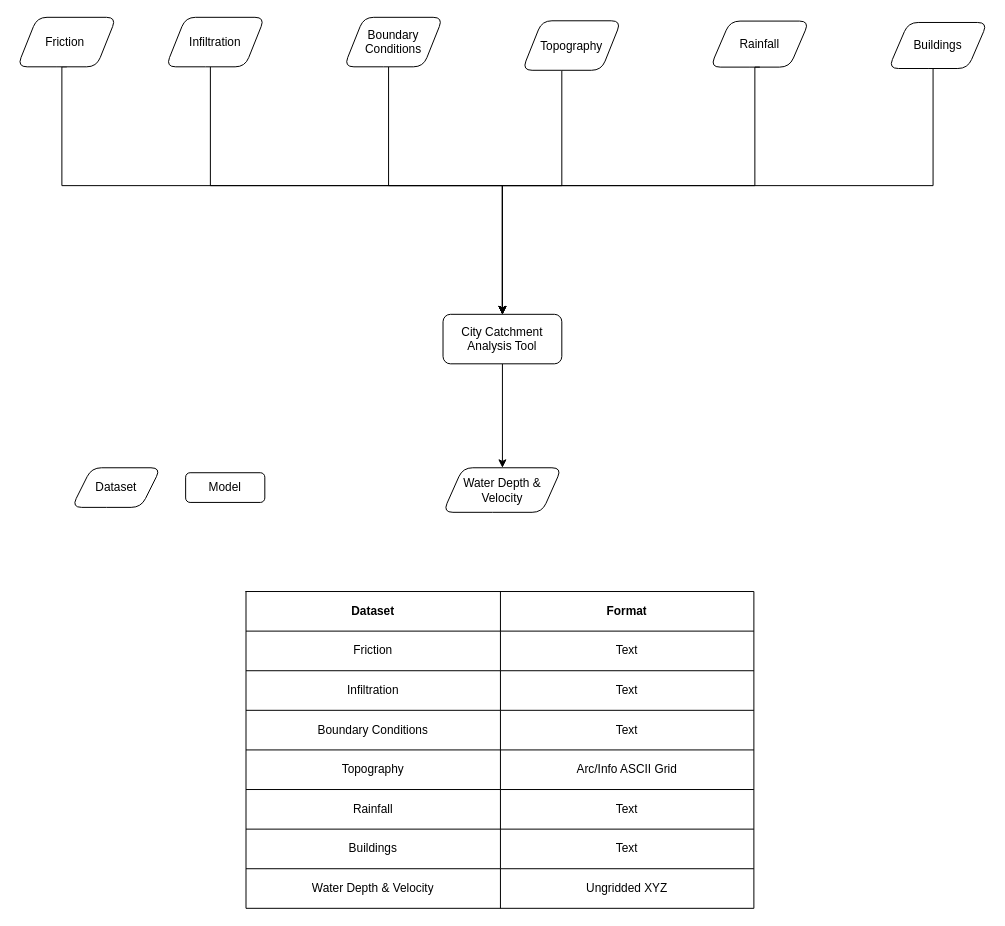
Above: citycat/openclim-citycat-workflow.drawio in OpenCLIM/workflow-diagrams (draw.io), before the change. Source tidied: cells renumbered, new cells numbered last; positions are measured from the earlier drawing's top-left corner, leaving out a move shared by most shapes. Both pictures are drawn from the tidied source at 99%, with x=0, y=0 at pixel (17, 17).
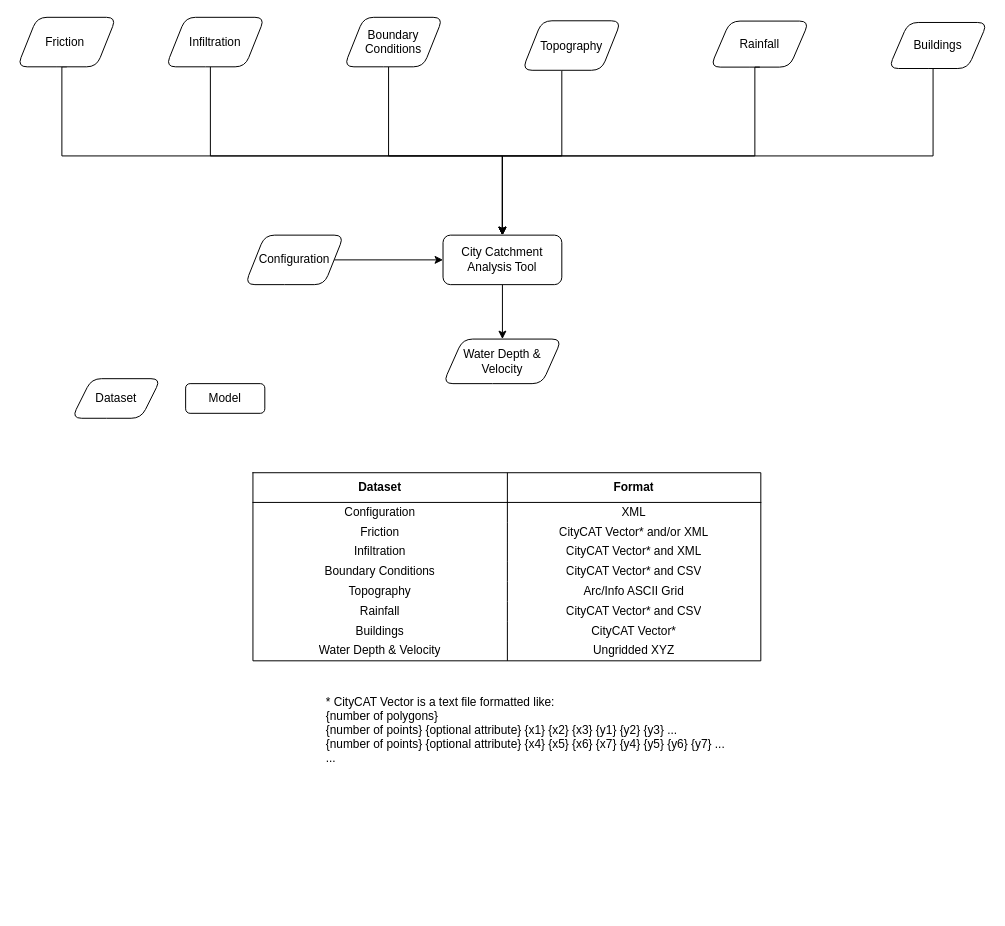
The same diagram, later.

Commit message:
added configuration and updated formats

Unchanged cells that the change refers to:
```xml
<mxCell id="5" value="Boundary Conditions" style="shape=parallelogram;perimeter=parallelogramPerimeter;whiteSpace=wrap;html=1;fixedSize=1;rounded=1;" parent="1" vertex="1">
  <mxGeometry x="330" width="100" height="50" as="geometry" />
</mxCell>
<mxCell id="6" value="Buildings" style="shape=parallelogram;perimeter=parallelogramPerimeter;whiteSpace=wrap;html=1;fixedSize=1;rounded=1;" parent="1" vertex="1">
  <mxGeometry x="880" y="5.2" width="100" height="46.5" as="geometry" />
</mxCell>
<mxCell id="8" value="Friction&amp;nbsp;" style="shape=parallelogram;perimeter=parallelogramPerimeter;whiteSpace=wrap;html=1;fixedSize=1;rounded=1;" parent="1" vertex="1">
  <mxGeometry width="100" height="50" as="geometry" />
</mxCell>
<mxCell id="11" value="Rainfall" style="shape=parallelogram;perimeter=parallelogramPerimeter;whiteSpace=wrap;html=1;fixedSize=1;rounded=1;" parent="1" vertex="1">
  <mxGeometry x="700" y="3.8" width="100" height="46.5" as="geometry" />
</mxCell>
<mxCell id="15" value="Infiltration" style="shape=parallelogram;perimeter=parallelogramPerimeter;whiteSpace=wrap;html=1;fixedSize=1;rounded=1;" parent="1" vertex="1">
  <mxGeometry x="150" width="100" height="50" as="geometry" />
</mxCell>
<mxCell id="17" value="Topography" style="shape=parallelogram;perimeter=parallelogramPerimeter;whiteSpace=wrap;html=1;fixedSize=1;rounded=1;" parent="1" vertex="1">
  <mxGeometry x="510" y="3.5" width="100" height="50" as="geometry" />
</mxCell>
```

Change to the diagram source:
```diff
@@
     <mxCell id="2" style="edgeStyle=orthogonalEdgeStyle;rounded=0;jettySize=auto;html=1;entryX=0.5;entryY=0;entryDx=0;entryDy=0;exitX=0.5;exitY=1;exitDx=0;exitDy=0;" parent="1" edge="1" source="6" target="10">
       <mxGeometry relative="1" as="geometry">
         <Array as="points">
-          <mxPoint x="925" y="170" />
-          <mxPoint x="490" y="170" />
+          <mxPoint x="925" y="52" />
+          <mxPoint x="925" y="140" />
+          <mxPoint x="490" y="140" />
         </Array>
       </mxGeometry>
     </mxCell>
     <mxCell id="3" style="edgeStyle=orthogonalEdgeStyle;rounded=0;jettySize=auto;html=1;entryX=0.5;entryY=0;entryDx=0;entryDy=0;" parent="1" edge="1" source="17" target="10">
       <mxGeometry relative="1" as="geometry">
         <Array as="points">
-          <mxPoint x="550" y="170" />
-          <mxPoint x="490" y="170" />
+          <mxPoint x="550" y="140" />
+          <mxPoint x="490" y="140" />
         </Array>
       </mxGeometry>
     </mxCell>
     <mxCell id="4" style="edgeStyle=orthogonalEdgeStyle;rounded=0;jettySize=auto;html=1;entryX=0.5;entryY=0;entryDx=0;entryDy=0;" parent="1" edge="1" source="5" target="10">
       <mxGeometry relative="1" as="geometry">
         <Array as="points">
-          <mxPoint x="375" y="170" />
-          <mxPoint x="490" y="170" />
+          <mxPoint x="375" y="140" />
+          <mxPoint x="490" y="140" />
         </Array>
       </mxGeometry>
     </mxCell>
@@
     <mxCell id="7" style="edgeStyle=orthogonalEdgeStyle;rounded=0;jettySize=auto;html=1;entryX=0.5;entryY=0;entryDx=0;entryDy=0;exitX=0.5;exitY=1;exitDx=0;exitDy=0;" parent="1" edge="1" source="8" target="10">
       <mxGeometry relative="1" as="geometry">
         <Array as="points">
-          <mxPoint x="45" y="170" />
-          <mxPoint x="490" y="170" />
+          <mxPoint x="45" y="50" />
+          <mxPoint x="45" y="140" />
+          <mxPoint x="490" y="140" />
         </Array>
       </mxGeometry>
     </mxCell>
@@
     <mxCell id="10" value="City Catchment Analysis Tool" style="rounded=1;whiteSpace=wrap;html=1;fontSize=12;glass=0;strokeWidth=1;shadow=0;" parent="1" vertex="1">
-      <mxGeometry x="430" y="300" width="120" height="50" as="geometry" />
+      <mxGeometry x="430" y="220" width="120" height="50" as="geometry" />
     </mxCell>
@@
     <mxCell id="12" value="Dataset" style="shape=parallelogram;perimeter=parallelogramPerimeter;whiteSpace=wrap;html=1;fixedSize=1;rounded=1;" parent="1" vertex="1">
-      <mxGeometry x="55" y="455" width="90" height="40" as="geometry" />
+      <mxGeometry x="55" y="365" width="90" height="40" as="geometry" />
     </mxCell>
     <mxCell id="13" value="Model" style="rounded=1;whiteSpace=wrap;html=1;fontSize=12;glass=0;strokeWidth=1;shadow=0;" parent="1" vertex="1">
-      <mxGeometry x="170" y="460" width="80" height="30" as="geometry" />
+      <mxGeometry x="170" y="370" width="80" height="30" as="geometry" />
     </mxCell>
     <mxCell id="14" style="edgeStyle=orthogonalEdgeStyle;rounded=0;jettySize=auto;html=1;entryX=0.5;entryY=0;entryDx=0;entryDy=0;" parent="1" edge="1" source="15" target="10">
       <mxGeometry relative="1" as="geometry">
         <Array as="points">
-          <mxPoint x="195" y="170" />
-          <mxPoint x="490" y="170" />
+          <mxPoint x="195" y="140" />
+          <mxPoint x="490" y="140" />
         </Array>
       </mxGeometry>
     </mxCell>
@@
     <mxCell id="16" value="Water Depth &amp;amp; Velocity" style="shape=parallelogram;perimeter=parallelogramPerimeter;whiteSpace=wrap;html=1;fixedSize=1;rounded=1;" parent="1" vertex="1">
-      <mxGeometry x="430" y="455" width="120" height="45" as="geometry" />
+      <mxGeometry x="430" y="325" width="120" height="45" as="geometry" />
     </mxCell>
@@
     <mxCell id="18" style="edgeStyle=orthogonalEdgeStyle;rounded=0;jettySize=auto;html=1;entryX=0.5;entryY=0;entryDx=0;entryDy=0;exitX=0.5;exitY=1;exitDx=0;exitDy=0;" parent="1" edge="1" source="11" target="10">
       <mxGeometry relative="1" as="geometry">
         <Array as="points">
-          <mxPoint x="745" y="170" />
-          <mxPoint x="490" y="170" />
+          <mxPoint x="745" y="50" />
+          <mxPoint x="745" y="140" />
+          <mxPoint x="490" y="140" />
         </Array>
       </mxGeometry>
     </mxCell>
+    <mxCell id="44" style="edgeStyle=orthogonalEdgeStyle;rounded=0;jettySize=auto;html=1;entryX=0;entryY=0.5;entryDx=0;entryDy=0;" parent="1" edge="1" source="45" target="10">
+      <mxGeometry relative="1" as="geometry" />
+    </mxCell>
+    <mxCell id="45" value="Configuration" style="shape=parallelogram;perimeter=parallelogramPerimeter;whiteSpace=wrap;html=1;fixedSize=1;rounded=1;" parent="1" vertex="1">
+      <mxGeometry x="230" y="220" width="100" height="50" as="geometry" />
+    </mxCell>
+    <mxCell id="46" value="* CityCAT Vector is a text file formatted like:&lt;br&gt;{number of polygons}&lt;br&gt;{number of points} {optional attribute} {x1} {x2} {x3} {y1} {y2} {y3} ...&lt;br&gt;{number of points} {optional attribute} {x4} {x5} {x6} {x7} {y4} {y5} {y6} {y7} ...&lt;br&gt;..." style="text;html=1;align=left;verticalAlign=middle;" parent="1" vertex="1">
+      <mxGeometry x="310" y="680" width="420" height="80" as="geometry" />
+    </mxCell>
-    <mxCell id="19" style="shape=table;html=1;whiteSpace=wrap;startSize=0;childLayout=tableLayout;spacingTop=0;" parent="1" vertex="1">
-      <mxGeometry x="231" y="580" width="513" height="320" as="geometry" />
+    <mxCell id="19" style="shape=table;html=1;whiteSpace=wrap;startSize=0;childLayout=tableLayout;spacingTop=0;rowLines=0;" parent="1" vertex="1">
+      <mxGeometry x="238" y="460" width="513" height="190" as="geometry" />
     </mxCell>
-    <mxCell id="20" style="shape=partialRectangle;html=1;whiteSpace=wrap;fillColor=none;top=0;left=0;bottom=0;right=0;" parent="19" vertex="1">
-      <mxGeometry width="513" height="40" as="geometry" />
+    <mxCell id="20" style="shape=partialRectangle;html=1;whiteSpace=wrap;fillColor=none;top=0;left=0;bottom=0;right=0;perimeterSpacing=2;strokeWidth=5;" parent="19" vertex="1">
+      <mxGeometry width="513" height="30" as="geometry" />
     </mxCell>
-    <mxCell id="21" value="&lt;b&gt;Dataset&lt;/b&gt;" style="shape=partialRectangle;html=1;whiteSpace=wrap;fillColor=none;top=0;left=0;bottom=0;right=0;overflow=hidden;" parent="20" vertex="1">
-      <mxGeometry width="257" height="40" as="geometry" />
+    <mxCell id="21" value="&lt;b&gt;Dataset&lt;/b&gt;" style="shape=partialRectangle;html=1;whiteSpace=wrap;fillColor=none;top=0;left=0;bottom=1;right=0;overflow=hidden;" parent="20" vertex="1">
+      <mxGeometry width="257" height="30" as="geometry" />
     </mxCell>
-    <mxCell id="22" value="&lt;b&gt;Format&lt;/b&gt;" style="shape=partialRectangle;html=1;whiteSpace=wrap;fillColor=none;top=0;left=0;bottom=0;right=0;overflow=hidden;" parent="20" vertex="1">
-      <mxGeometry x="257" width="256" height="40" as="geometry" />
+    <mxCell id="22" value="&lt;b&gt;Format&lt;/b&gt;" style="shape=partialRectangle;html=1;whiteSpace=wrap;fillColor=none;top=0;left=0;bottom=1;right=0;overflow=hidden;sketch=0;" parent="20" vertex="1">
+      <mxGeometry x="257" width="256" height="30" as="geometry" />
     </mxCell>
+    <mxCell id="47" style="shape=partialRectangle;html=1;whiteSpace=wrap;fillColor=none;top=0;left=0;bottom=0;right=0;strokeColor=none;" parent="19" vertex="1">
+      <mxGeometry y="30" width="513" height="20" as="geometry" />
+    </mxCell>
+    <mxCell id="48" value="Configuration" style="shape=partialRectangle;html=1;whiteSpace=wrap;fillColor=none;top=0;left=0;bottom=0;right=0;overflow=hidden;strokeColor=none;" parent="47" vertex="1">
+      <mxGeometry width="257" height="20" as="geometry" />
+    </mxCell>
+    <mxCell id="49" value="XML" style="shape=partialRectangle;html=1;whiteSpace=wrap;fillColor=none;top=0;left=0;bottom=0;right=0;overflow=hidden;strokeColor=none;" parent="47" vertex="1">
+      <mxGeometry x="257" width="256" height="20" as="geometry" />
+    </mxCell>
-    <mxCell id="23" style="shape=partialRectangle;html=1;whiteSpace=wrap;fillColor=none;top=0;left=0;bottom=0;right=0;" parent="19" vertex="1">
-      <mxGeometry y="40" width="513" height="40" as="geometry" />
+    <mxCell id="23" style="shape=partialRectangle;html=1;whiteSpace=wrap;fillColor=none;top=0;left=0;bottom=0;right=0;strokeColor=none;" parent="19" vertex="1">
+      <mxGeometry y="50" width="513" height="20" as="geometry" />
     </mxCell>
-    <mxCell id="24" value="Friction" style="shape=partialRectangle;html=1;whiteSpace=wrap;fillColor=none;top=0;left=0;bottom=0;right=0;overflow=hidden;" parent="23" vertex="1">
-      <mxGeometry width="257" height="40" as="geometry" />
+    <mxCell id="24" value="Friction" style="shape=partialRectangle;html=1;whiteSpace=wrap;fillColor=none;top=0;left=0;bottom=0;right=0;overflow=hidden;strokeColor=none;" parent="23" vertex="1">
+      <mxGeometry width="257" height="20" as="geometry" />
     </mxCell>
-    <mxCell id="25" value="Text" style="shape=partialRectangle;html=1;whiteSpace=wrap;fillColor=none;top=0;left=0;bottom=0;right=0;overflow=hidden;" parent="23" vertex="1">
-      <mxGeometry x="257" width="256" height="40" as="geometry" />
+    <mxCell id="25" value="CityCAT Vector* and/or XML" style="shape=partialRectangle;html=1;whiteSpace=wrap;fillColor=none;top=0;left=0;bottom=0;right=0;overflow=hidden;strokeColor=none;" parent="23" vertex="1">
+      <mxGeometry x="257" width="256" height="20" as="geometry" />
     </mxCell>
-    <mxCell id="26" style="shape=partialRectangle;html=1;whiteSpace=wrap;fillColor=none;top=0;left=0;bottom=0;right=0;" parent="19" vertex="1">
-      <mxGeometry y="80" width="513" height="40" as="geometry" />
+    <mxCell id="26" style="shape=partialRectangle;html=1;whiteSpace=wrap;fillColor=none;top=0;left=0;bottom=0;right=0;strokeColor=none;" parent="19" vertex="1">
+      <mxGeometry y="70" width="513" height="20" as="geometry" />
     </mxCell>
-    <mxCell id="27" value="Infiltration" style="shape=partialRectangle;html=1;whiteSpace=wrap;fillColor=none;top=0;left=0;bottom=0;right=0;overflow=hidden;" parent="26" vertex="1">
-      <mxGeometry width="257" height="40" as="geometry" />
+    <mxCell id="27" value="Infiltration" style="shape=partialRectangle;html=1;whiteSpace=wrap;fillColor=none;top=0;left=0;bottom=0;right=0;overflow=hidden;strokeColor=none;" parent="26" vertex="1">
+      <mxGeometry width="257" height="20" as="geometry" />
     </mxCell>
-    <mxCell id="28" value="Text" style="shape=partialRectangle;html=1;whiteSpace=wrap;fillColor=none;top=0;left=0;bottom=0;right=0;overflow=hidden;" parent="26" vertex="1">
-      <mxGeometry x="257" width="256" height="40" as="geometry" />
+    <mxCell id="28" value="CityCAT Vector* and XML" style="shape=partialRectangle;html=1;whiteSpace=wrap;fillColor=none;top=0;left=0;bottom=0;right=0;overflow=hidden;strokeColor=none;" parent="26" vertex="1">
+      <mxGeometry x="257" width="256" height="20" as="geometry" />
     </mxCell>
-    <mxCell id="29" style="shape=partialRectangle;html=1;whiteSpace=wrap;fillColor=none;top=0;left=0;bottom=0;right=0;" parent="19" vertex="1">
-      <mxGeometry y="120" width="513" height="40" as="geometry" />
+    <mxCell id="29" style="shape=partialRectangle;html=1;whiteSpace=wrap;fillColor=none;top=0;left=0;bottom=0;right=0;strokeColor=none;" parent="19" vertex="1">
+      <mxGeometry y="90" width="513" height="20" as="geometry" />
     </mxCell>
-    <mxCell id="30" value="Boundary Conditions" style="shape=partialRectangle;html=1;whiteSpace=wrap;fillColor=none;top=0;left=0;bottom=0;right=0;overflow=hidden;" parent="29" vertex="1">
-      <mxGeometry width="257" height="40" as="geometry" />
+    <mxCell id="30" value="Boundary Conditions" style="shape=partialRectangle;html=1;whiteSpace=wrap;fillColor=none;top=0;left=0;bottom=0;right=0;overflow=hidden;strokeColor=none;" parent="29" vertex="1">
+      <mxGeometry width="257" height="20" as="geometry" />
     </mxCell>
-    <mxCell id="31" value="Text" style="shape=partialRectangle;html=1;whiteSpace=wrap;fillColor=none;top=0;left=0;bottom=0;right=0;overflow=hidden;" parent="29" vertex="1">
-      <mxGeometry x="257" width="256" height="40" as="geometry" />
+    <mxCell id="31" value="CityCAT Vector* and CSV" style="shape=partialRectangle;html=1;whiteSpace=wrap;fillColor=none;top=0;left=0;bottom=0;right=0;overflow=hidden;strokeColor=none;" parent="29" vertex="1">
+      <mxGeometry x="257" width="256" height="20" as="geometry" />
     </mxCell>
-    <mxCell id="32" style="shape=partialRectangle;html=1;whiteSpace=wrap;fillColor=none;top=0;left=0;bottom=0;right=0;" parent="19" vertex="1">
-      <mxGeometry y="160" width="513" height="40" as="geometry" />
+    <mxCell id="32" style="shape=partialRectangle;html=1;whiteSpace=wrap;fillColor=none;top=0;left=0;bottom=0;right=0;strokeColor=none;" parent="19" vertex="1">
+      <mxGeometry y="110" width="513" height="20" as="geometry" />
     </mxCell>
-    <mxCell id="33" value="Topography" style="shape=partialRectangle;html=1;whiteSpace=wrap;fillColor=none;top=0;left=0;bottom=0;right=0;overflow=hidden;" parent="32" vertex="1">
-      <mxGeometry width="257" height="40" as="geometry" />
+    <mxCell id="33" value="Topography" style="shape=partialRectangle;html=1;whiteSpace=wrap;fillColor=none;top=0;left=0;bottom=0;right=0;overflow=hidden;strokeColor=none;" parent="32" vertex="1">
+      <mxGeometry width="257" height="20" as="geometry" />
     </mxCell>
-    <mxCell id="34" value="Arc/Info ASCII Grid" style="shape=partialRectangle;html=1;whiteSpace=wrap;fillColor=none;top=0;left=0;bottom=0;right=0;overflow=hidden;" parent="32" vertex="1">
-      <mxGeometry x="257" width="256" height="40" as="geometry" />
+    <mxCell id="34" value="Arc/Info ASCII Grid" style="shape=partialRectangle;html=1;whiteSpace=wrap;fillColor=none;top=0;left=0;bottom=0;right=0;overflow=hidden;strokeColor=none;" parent="32" vertex="1">
+      <mxGeometry x="257" width="256" height="20" as="geometry" />
     </mxCell>
-    <mxCell id="35" style="shape=partialRectangle;html=1;whiteSpace=wrap;fillColor=none;top=0;left=0;bottom=0;right=0;" parent="19" vertex="1">
-      <mxGeometry y="200" width="513" height="40" as="geometry" />
+    <mxCell id="35" style="shape=partialRectangle;html=1;whiteSpace=wrap;fillColor=none;top=0;left=0;bottom=0;right=0;strokeColor=none;" parent="19" vertex="1">
+      <mxGeometry y="130" width="513" height="20" as="geometry" />
     </mxCell>
-    <mxCell id="36" value="Rainfall" style="shape=partialRectangle;html=1;whiteSpace=wrap;fillColor=none;top=0;left=0;bottom=0;right=0;overflow=hidden;" parent="35" vertex="1">
-      <mxGeometry width="257" height="40" as="geometry" />
+    <mxCell id="36" value="Rainfall" style="shape=partialRectangle;html=1;whiteSpace=wrap;fillColor=none;top=0;left=0;bottom=0;right=0;overflow=hidden;strokeColor=none;" parent="35" vertex="1">
+      <mxGeometry width="257" height="20" as="geometry" />
     </mxCell>
-    <mxCell id="37" value="Text" style="shape=partialRectangle;html=1;whiteSpace=wrap;fillColor=none;top=0;left=0;bottom=0;right=0;overflow=hidden;" parent="35" vertex="1">
-      <mxGeometry x="257" width="256" height="40" as="geometry" />
+    <mxCell id="37" value="CityCAT Vector* and CSV" style="shape=partialRectangle;html=1;whiteSpace=wrap;fillColor=none;top=0;left=0;bottom=0;right=0;overflow=hidden;strokeColor=none;" parent="35" vertex="1">
+      <mxGeometry x="257" width="256" height="20" as="geometry" />
     </mxCell>
-    <mxCell id="38" style="shape=partialRectangle;html=1;whiteSpace=wrap;fillColor=none;top=0;left=0;bottom=0;right=0;" parent="19" vertex="1">
-      <mxGeometry y="240" width="513" height="40" as="geometry" />
+    <mxCell id="38" style="shape=partialRectangle;html=1;whiteSpace=wrap;fillColor=none;top=0;left=0;bottom=0;right=0;strokeColor=none;" parent="19" vertex="1">
+      <mxGeometry y="150" width="513" height="20" as="geometry" />
     </mxCell>
-    <mxCell id="39" value="Buildings" style="shape=partialRectangle;html=1;whiteSpace=wrap;fillColor=none;top=0;left=0;bottom=0;right=0;overflow=hidden;" parent="38" vertex="1">
-      <mxGeometry width="257" height="40" as="geometry" />
+    <mxCell id="39" value="Buildings" style="shape=partialRectangle;html=1;whiteSpace=wrap;fillColor=none;top=0;left=0;bottom=0;right=0;overflow=hidden;strokeColor=none;" parent="38" vertex="1">
+      <mxGeometry width="257" height="20" as="geometry" />
     </mxCell>
-    <mxCell id="40" value="Text" style="shape=partialRectangle;html=1;whiteSpace=wrap;fillColor=none;top=0;left=0;bottom=0;right=0;overflow=hidden;" parent="38" vertex="1">
-      <mxGeometry x="257" width="256" height="40" as="geometry" />
+    <mxCell id="40" value="CityCAT Vector*" style="shape=partialRectangle;html=1;whiteSpace=wrap;fillColor=none;top=0;left=0;bottom=0;right=0;overflow=hidden;strokeColor=none;" parent="38" vertex="1">
+      <mxGeometry x="257" width="256" height="20" as="geometry" />
     </mxCell>
-    <mxCell id="41" style="shape=partialRectangle;html=1;whiteSpace=wrap;fillColor=none;top=0;left=0;bottom=0;right=0;" parent="19" vertex="1">
-      <mxGeometry y="280" width="513" height="40" as="geometry" />
+    <mxCell id="41" style="shape=partialRectangle;html=1;whiteSpace=wrap;fillColor=none;top=0;left=0;bottom=0;right=0;strokeColor=none;" parent="19" vertex="1">
+      <mxGeometry y="170" width="513" height="20" as="geometry" />
     </mxCell>
-    <mxCell id="42" value="Water Depth &amp;amp; Velocity" style="shape=partialRectangle;html=1;whiteSpace=wrap;fillColor=none;top=0;left=0;bottom=0;right=0;overflow=hidden;" parent="41" vertex="1">
-      <mxGeometry width="257" height="40" as="geometry" />
+    <mxCell id="42" value="Water Depth &amp;amp; Velocity" style="shape=partialRectangle;html=1;whiteSpace=wrap;fillColor=none;top=0;left=0;bottom=0;right=0;overflow=hidden;strokeColor=none;" parent="41" vertex="1">
+      <mxGeometry width="257" height="20" as="geometry" />
     </mxCell>
-    <mxCell id="43" value="Ungridded XYZ" style="shape=partialRectangle;html=1;whiteSpace=wrap;fillColor=none;top=0;left=0;bottom=0;right=0;overflow=hidden;" parent="41" vertex="1">
-      <mxGeometry x="257" width="256" height="40" as="geometry" />
+    <mxCell id="43" value="Ungridded XYZ" style="shape=partialRectangle;html=1;whiteSpace=wrap;fillColor=none;top=0;left=0;bottom=0;right=0;overflow=hidden;strokeColor=none;" parent="41" vertex="1">
+      <mxGeometry x="257" width="256" height="20" as="geometry" />
     </mxCell>
```
